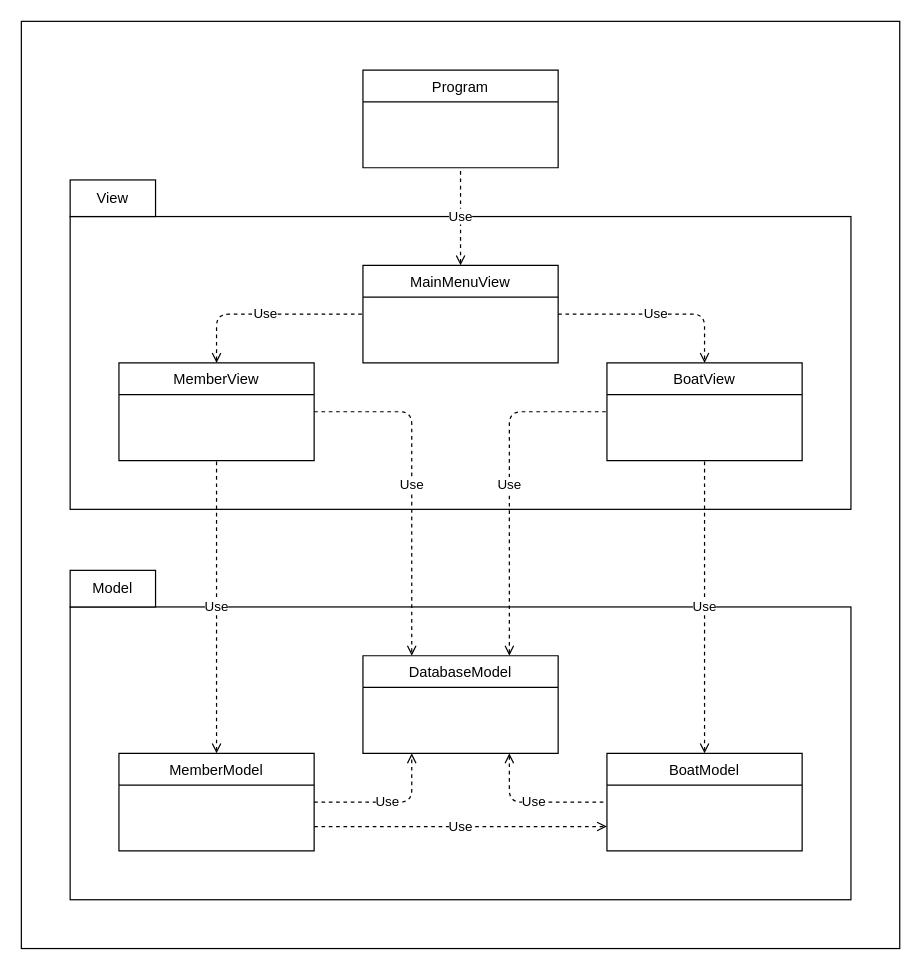
Above: page "Page-1" (1 of 2) of Documentation/JollyPirateClassDiagram.drawio in Mattias-Ruljeff/Boat-Club (draw.io), before the change. Source tidied: cells renumbered, new cells numbered last; positions are measured from the earlier drawing's top-left corner, leaving out a move shared by most shapes. Both pictures are drawn from the tidied source at 122%, with x=0, y=0 at pixel (21, 21).
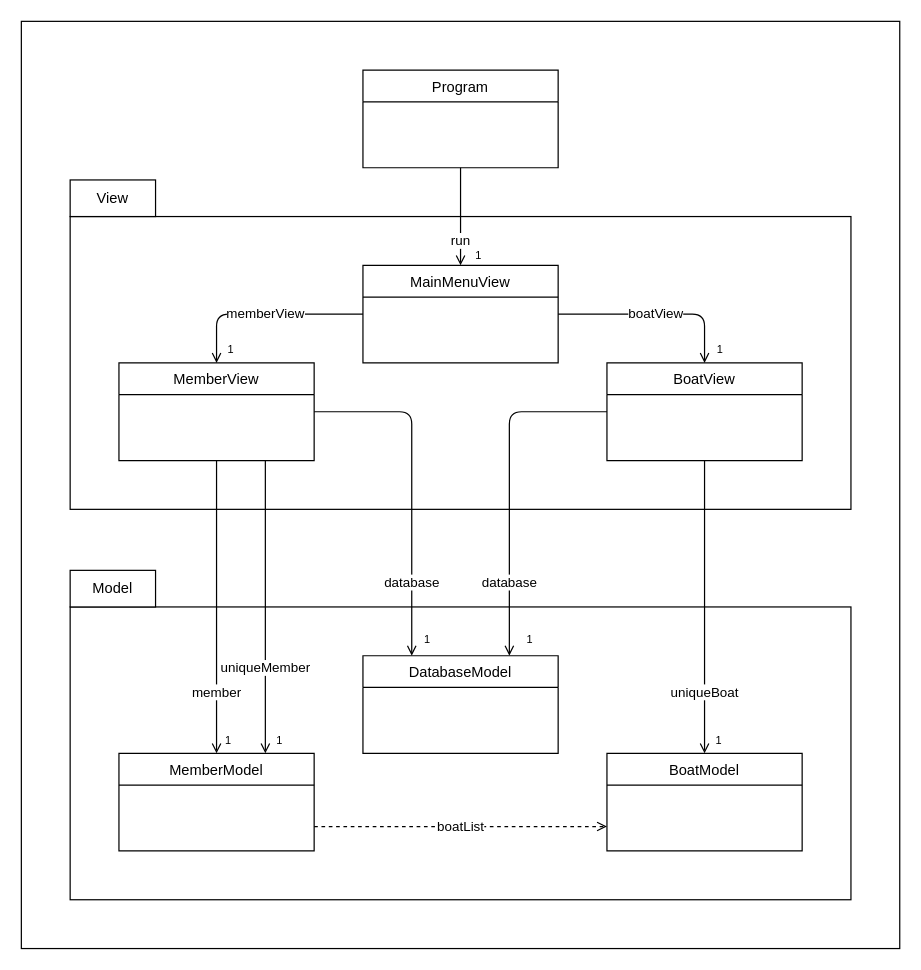
The same diagram, later.

The change refers to these unchanged cells:
```xml
<mxCell id="7" value="MainMenuView" style="swimlane;fontStyle=0;align=center;verticalAlign=top;horizontal=1;startSize=26;rounded=0;shadow=0;strokeWidth=1;" parent="1" vertex="1">
  <mxGeometry x="280" y="200" width="160" height="80" as="geometry" />
</mxCell>
<mxCell id="8" value="MemberView" style="swimlane;fontStyle=0;align=center;verticalAlign=top;horizontal=1;startSize=26;rounded=0;shadow=0;strokeWidth=1;" parent="1" vertex="1">
  <mxGeometry x="80" y="280" width="160" height="80" as="geometry" />
</mxCell>
<mxCell id="9" value="BoatView" style="swimlane;fontStyle=0;align=center;verticalAlign=top;horizontal=1;startSize=26;rounded=0;shadow=0;strokeWidth=1;" parent="1" vertex="1">
  <mxGeometry x="480" y="280" width="160" height="80" as="geometry" />
</mxCell>
<mxCell id="12" value="DatabaseModel" style="swimlane;fontStyle=0;align=center;verticalAlign=top;horizontal=1;startSize=26;rounded=0;shadow=0;strokeWidth=1;" parent="1" vertex="1">
  <mxGeometry x="280" y="520" width="160" height="80" as="geometry" />
</mxCell>
<mxCell id="13" value="BoatModel" style="swimlane;fontStyle=0;align=center;verticalAlign=top;horizontal=1;startSize=26;rounded=0;shadow=0;strokeWidth=1;" parent="1" vertex="1">
  <mxGeometry x="480" y="600" width="160" height="80" as="geometry" />
</mxCell>
<mxCell id="14" value="MemberModel" style="swimlane;fontStyle=0;align=center;verticalAlign=top;horizontal=1;startSize=26;rounded=0;shadow=0;strokeWidth=1;" parent="1" vertex="1">
  <mxGeometry x="80" y="600" width="160" height="80" as="geometry" />
</mxCell>
```

What changed in the source:
```diff
@@
-    <mxCell id="6" value="Use" style="endArrow=none;dashed=1;html=1;startArrow=open;startFill=0;exitX=0.5;exitY=0;exitDx=0;exitDy=0;" parent="1" edge="1" source="7">
-      <mxGeometry relative="1" as="geometry">
+    <mxCell id="6" value="run" style="endArrow=none;html=1;startArrow=open;startFill=0;exitX=0.5;exitY=0;exitDx=0;exitDy=0;" parent="1" edge="1" source="7">
+      <mxGeometry x="-0.5" relative="1" as="geometry">
         <mxPoint x="360" y="120" as="targetPoint" />
       </mxGeometry>
     </mxCell>
@@
-    <mxCell id="17" value="Use" style="endArrow=none;dashed=1;html=1;entryX=0;entryY=0.5;entryDx=0;entryDy=0;startArrow=open;startFill=0;" parent="1" edge="1" target="7">
+    <mxCell id="17" value="memberView" style="endArrow=none;html=1;entryX=0;entryY=0.5;entryDx=0;entryDy=0;startArrow=open;startFill=0;" parent="1" edge="1" target="7">
       <mxGeometry relative="1" as="geometry">
         <mxPoint x="160" y="280" as="sourcePoint" />
         <Array as="points">
           <mxPoint x="160" y="240" />
         </Array>
       </mxGeometry>
     </mxCell>
-    <mxCell id="18" value="Use" style="endArrow=open;dashed=1;html=1;entryX=0.5;entryY=0;entryDx=0;entryDy=0;startArrow=none;startFill=0;endFill=0;" parent="1" edge="1" target="9">
+    <mxCell id="18" value="boatView" style="endArrow=open;html=1;entryX=0.5;entryY=0;entryDx=0;entryDy=0;startArrow=none;startFill=0;endFill=0;" parent="1" edge="1" target="9">
       <mxGeometry relative="1" as="geometry">
         <mxPoint x="440" y="240" as="sourcePoint" />
         <Array as="points">
           <mxPoint x="560" y="240" />
         </Array>
       </mxGeometry>
     </mxCell>
-    <mxCell id="19" value="Use" style="endArrow=none;dashed=1;html=1;exitX=0.5;exitY=0;exitDx=0;exitDy=0;startArrow=open;startFill=0;" parent="1" edge="1" source="14">
-      <mxGeometry relative="1" as="geometry">
+    <mxCell id="19" value="member" style="endArrow=none;html=1;exitX=0.5;exitY=0;exitDx=0;exitDy=0;startArrow=open;startFill=0;" parent="1" edge="1" source="14">
+      <mxGeometry x="-0.58" relative="1" as="geometry">
         <mxPoint x="160" y="360" as="targetPoint" />
       </mxGeometry>
     </mxCell>
-    <mxCell id="20" value="Use" style="endArrow=open;dashed=1;html=1;exitX=1;exitY=0.5;exitDx=0;exitDy=0;entryX=0.25;entryY=0;entryDx=0;entryDy=0;endFill=0;" parent="1" edge="1" source="8" target="12">
-      <mxGeometry relative="1" as="geometry">
+    <mxCell id="20" value="database" style="endArrow=open;html=1;exitX=1;exitY=0.5;exitDx=0;exitDy=0;entryX=0.25;entryY=0;entryDx=0;entryDy=0;endFill=0;" parent="1" edge="1" source="8" target="12">
+      <mxGeometry x="0.57" relative="1" as="geometry">
         <Array as="points">
           <mxPoint x="320" y="320" />
         </Array>
       </mxGeometry>
     </mxCell>
-    <mxCell id="21" value="Use" style="endArrow=none;dashed=1;html=1;exitX=0.75;exitY=0;exitDx=0;exitDy=0;endFill=0;startArrow=open;startFill=0;" parent="1" edge="1" source="12">
-      <mxGeometry relative="1" as="geometry">
+    <mxCell id="21" value="database" style="endArrow=none;html=1;exitX=0.75;exitY=0;exitDx=0;exitDy=0;endFill=0;startArrow=open;startFill=0;" parent="1" edge="1" source="12">
+      <mxGeometry x="-0.57" relative="1" as="geometry">
         <mxPoint x="480" y="320" as="targetPoint" />
         <Array as="points">
           <mxPoint x="400" y="320" />
         </Array>
       </mxGeometry>
     </mxCell>
-    <mxCell id="22" value="Use" style="endArrow=none;dashed=1;html=1;exitX=0.5;exitY=0;exitDx=0;exitDy=0;startArrow=open;startFill=0;" parent="1" edge="1" source="13">
-      <mxGeometry relative="1" as="geometry">
+    <mxCell id="22" value="uniqueBoat" style="endArrow=none;html=1;exitX=0.5;exitY=0;exitDx=0;exitDy=0;startArrow=open;startFill=0;" parent="1" edge="1" source="13">
+      <mxGeometry x="-0.58" relative="1" as="geometry">
         <mxPoint x="560" y="360" as="targetPoint" />
       </mxGeometry>
     </mxCell>
-    <mxCell id="23" value="Use" style="endArrow=open;dashed=1;html=1;exitX=1;exitY=0.5;exitDx=0;exitDy=0;entryX=0.25;entryY=1;entryDx=0;entryDy=0;endFill=0;" parent="1" edge="1" source="14" target="12">
-      <mxGeometry relative="1" as="geometry">
-        <Array as="points">
-          <mxPoint x="320" y="640" />
-        </Array>
-      </mxGeometry>
-    </mxCell>
-    <mxCell id="24" value="Use" style="endArrow=none;dashed=1;html=1;exitX=0.75;exitY=1;exitDx=0;exitDy=0;startArrow=open;startFill=0;" parent="1" edge="1" source="12">
-      <mxGeometry relative="1" as="geometry">
-        <mxPoint x="480" y="640" as="targetPoint" />
-        <Array as="points">
-          <mxPoint x="400" y="640" />
-        </Array>
-      </mxGeometry>
-    </mxCell>
-    <mxCell id="25" value="Use" style="endArrow=open;dashed=1;html=1;entryX=0;entryY=0.75;entryDx=0;entryDy=0;endFill=0;" parent="1" edge="1" target="13">
+    <mxCell id="25" value="boatList" style="endArrow=open;dashed=1;html=1;entryX=0;entryY=0.75;entryDx=0;entryDy=0;endFill=0;" parent="1" edge="1" target="13">
       <mxGeometry relative="1" as="geometry">
         <mxPoint x="240" y="660" as="sourcePoint" />
       </mxGeometry>
     </mxCell>
+    <mxCell id="26" value="uniqueMember" style="endArrow=none;html=1;exitX=0.75;exitY=0;exitDx=0;exitDy=0;startArrow=open;startFill=0;entryX=0.75;entryY=1;entryDx=0;entryDy=0;" parent="1" edge="1" source="14" target="8">
+      <mxGeometry x="-0.42" relative="1" as="geometry" />
+    </mxCell>
+    <mxCell id="27" value="&lt;font style=&quot;font-size: 9px&quot;&gt;1&lt;/font&gt;" style="text;html=1;strokeColor=none;fillColor=none;align=center;verticalAlign=middle;whiteSpace=wrap;rounded=0;fontSize=7;" parent="1" vertex="1">
+      <mxGeometry x="370" y="187" width="10" height="10" as="geometry" />
+    </mxCell>
+    <mxCell id="28" value="&lt;font style=&quot;font-size: 9px&quot;&gt;1&lt;/font&gt;" style="text;html=1;strokeColor=none;fillColor=none;align=center;verticalAlign=middle;whiteSpace=wrap;rounded=0;fontSize=7;" parent="1" vertex="1">
+      <mxGeometry x="568" y="264" width="10" height="10" as="geometry" />
+    </mxCell>
+    <mxCell id="29" value="&lt;font style=&quot;font-size: 9px&quot;&gt;1&lt;/font&gt;" style="text;html=1;strokeColor=none;fillColor=none;align=center;verticalAlign=middle;whiteSpace=wrap;rounded=0;fontSize=7;" parent="1" vertex="1">
+      <mxGeometry x="167" y="264" width="10" height="10" as="geometry" />
+    </mxCell>
+    <mxCell id="30" value="&lt;font style=&quot;font-size: 9px&quot;&gt;1&lt;/font&gt;" style="text;html=1;strokeColor=none;fillColor=none;align=center;verticalAlign=middle;whiteSpace=wrap;rounded=0;fontSize=7;" parent="1" vertex="1">
+      <mxGeometry x="207" y="585" width="10" height="10" as="geometry" />
+    </mxCell>
+    <mxCell id="31" value="&lt;font style=&quot;font-size: 9px&quot;&gt;1&lt;/font&gt;" style="text;html=1;strokeColor=none;fillColor=none;align=center;verticalAlign=middle;whiteSpace=wrap;rounded=0;fontSize=7;" parent="1" vertex="1">
+      <mxGeometry x="165" y="585" width="10" height="10" as="geometry" />
+    </mxCell>
+    <mxCell id="32" value="&lt;font style=&quot;font-size: 9px&quot;&gt;1&lt;/font&gt;" style="text;html=1;strokeColor=none;fillColor=none;align=center;verticalAlign=middle;whiteSpace=wrap;rounded=0;fontSize=7;" parent="1" vertex="1">
+      <mxGeometry x="328" y="502" width="10" height="10" as="geometry" />
+    </mxCell>
+    <mxCell id="33" value="&lt;font style=&quot;font-size: 9px&quot;&gt;1&lt;/font&gt;" style="text;html=1;strokeColor=none;fillColor=none;align=center;verticalAlign=middle;whiteSpace=wrap;rounded=0;fontSize=7;" parent="1" vertex="1">
+      <mxGeometry x="412" y="502" width="10" height="10" as="geometry" />
+    </mxCell>
+    <mxCell id="34" value="&lt;font style=&quot;font-size: 9px&quot;&gt;1&lt;/font&gt;" style="text;html=1;strokeColor=none;fillColor=none;align=center;verticalAlign=middle;whiteSpace=wrap;rounded=0;fontSize=7;" parent="1" vertex="1">
+      <mxGeometry x="567" y="585" width="10" height="10" as="geometry" />
+    </mxCell>
```
